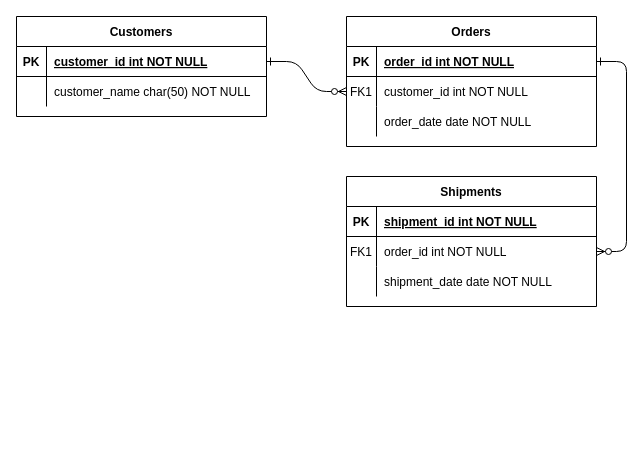
The draw.io diagram folder/devise_app.drawio in kutimiti1234/document, before the edit. Source tidied: cells renumbered, new cells numbered last; positions are measured from the earlier drawing's top-left corner, leaving out a move shared by most shapes. Both pictures are drawn from the tidied source at 100%, with x=0, y=0 at pixel (16, 16).
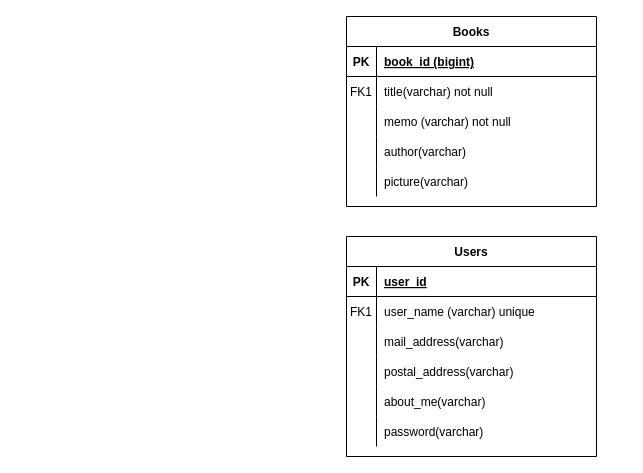
Above is the later version.

Commit message:
devise_app.drawio を更新します

The change refers to these unchanged cells:
```xml
<mxCell id="5" style="shape=partialRectangle;fillColor=none;points=[[0,0.5],[1,0.5]];portConstraint=eastwest;top=0;left=0;right=0;bottom=1;" parent="4" vertex="1">
  <mxGeometry y="30" width="250" height="30" as="geometry" />
</mxCell>
<mxCell id="8" style="shape=partialRectangle;fillColor=none;points=[[0,0.5],[1,0.5]];portConstraint=eastwest;top=0;left=0;right=0;bottom=0;" parent="4" vertex="1">
  <mxGeometry y="60" width="250" height="30" as="geometry" />
</mxCell>
<mxCell id="11" style="shape=partialRectangle;fillColor=none;top=0;left=0;right=0;bottom=0;" parent="4" vertex="1">
  <mxGeometry y="90" width="250" height="30" as="geometry" />
</mxCell>
<mxCell id="15" style="shape=partialRectangle;fillColor=none;top=0;left=0;right=0;bottom=1;" parent="14" vertex="1">
  <mxGeometry y="30" width="250" height="30" as="geometry" />
</mxCell>
<mxCell id="18" style="shape=partialRectangle;fillColor=none;points=[[0,0.5],[1,0.5]];portConstraint=eastwest;top=0;left=0;right=0;bottom=0;" parent="14" vertex="1">
  <mxGeometry y="60" width="250" height="30" as="geometry" />
</mxCell>
<mxCell id="21" style="shape=partialRectangle;fillColor=none;top=0;left=0;right=0;bottom=0;" parent="14" vertex="1">
  <mxGeometry y="90" width="250" height="30" as="geometry" />
</mxCell>
```

The edit, as a diff of the source:
```diff
@@
-    <mxCell id="2" style="edgeStyle=entityRelationEdgeStyle;endArrow=ERzeroToMany;startArrow=ERone;endFill=1;startFill=0;" parent="1" edge="1" source="25" target="8">
-      <mxGeometry relative="1" as="geometry" />
-    </mxCell>
-    <mxCell id="3" style="edgeStyle=entityRelationEdgeStyle;endArrow=ERzeroToMany;startArrow=ERone;endFill=1;startFill=0;" parent="1" edge="1" source="5" target="18">
-      <mxGeometry relative="1" as="geometry" />
-    </mxCell>
-    <mxCell id="4" value="Orders" style="shape=table;startSize=30;childLayout=tableLayout;rowLines=0;fontStyle=1;align=center;" parent="1" vertex="1">
-      <mxGeometry x="330" width="250" height="130" as="geometry" />
+    <mxCell id="4" value="Books" style="shape=table;startSize=30;childLayout=tableLayout;rowLines=0;fontStyle=1;align=center;" parent="1" vertex="1">
+      <mxGeometry x="330" width="250" height="190" as="geometry" />
     </mxCell>
@@
-    <mxCell id="7" value="order_id int NOT NULL " style="shape=partialRectangle;overflow=hidden;fillColor=none;top=0;left=0;bottom=0;right=0;align=left;spacingLeft=6;fontStyle=5;" parent="5" vertex="1">
+    <mxCell id="7" value="book_id (bigint)" style="shape=partialRectangle;overflow=hidden;fillColor=none;top=0;left=0;bottom=0;right=0;align=left;spacingLeft=6;fontStyle=5;" parent="5" vertex="1">
       <mxGeometry x="30" width="220" height="30" as="geometry" />
     </mxCell>
@@
-    <mxCell id="10" value="customer_id int NOT NULL" style="shape=partialRectangle;overflow=hidden;fillColor=none;top=0;left=0;bottom=0;right=0;align=left;spacingLeft=6;" parent="8" vertex="1">
+    <mxCell id="10" value="title(varchar) not null" style="shape=partialRectangle;overflow=hidden;fillColor=none;top=0;left=0;bottom=0;right=0;align=left;spacingLeft=6;" parent="8" vertex="1">
       <mxGeometry x="30" width="220" height="30" as="geometry" />
     </mxCell>
@@
-    <mxCell id="13" value="order_date date NOT NULL" style="shape=partialRectangle;overflow=hidden;fillColor=none;top=0;left=0;bottom=0;right=0;align=left;spacingLeft=6;" parent="11" vertex="1">
+    <mxCell id="13" value="memo (varchar) not null" style="shape=partialRectangle;overflow=hidden;fillColor=none;top=0;left=0;bottom=0;right=0;align=left;spacingLeft=6;" parent="11" vertex="1">
       <mxGeometry x="30" width="220" height="30" as="geometry" />
     </mxCell>
+    <mxCell id="31" style="shape=partialRectangle;fillColor=none;top=0;left=0;right=0;bottom=0;" parent="4" vertex="1">
+      <mxGeometry y="120" width="250" height="30" as="geometry" />
+    </mxCell>
+    <mxCell id="32" style="shape=partialRectangle;overflow=hidden;fillColor=none;top=0;left=0;bottom=0;right=0;" parent="31" vertex="1">
+      <mxGeometry width="30" height="30" as="geometry" />
+    </mxCell>
+    <mxCell id="33" value="author(varchar)" style="shape=partialRectangle;overflow=hidden;fillColor=none;top=0;left=0;bottom=0;right=0;align=left;spacingLeft=6;" parent="31" vertex="1">
+      <mxGeometry x="30" width="220" height="30" as="geometry" />
+    </mxCell>
+    <mxCell id="34" style="shape=partialRectangle;fillColor=none;top=0;left=0;right=0;bottom=0;" parent="4" vertex="1">
+      <mxGeometry y="150" width="250" height="30" as="geometry" />
+    </mxCell>
+    <mxCell id="35" style="shape=partialRectangle;overflow=hidden;fillColor=none;top=0;left=0;bottom=0;right=0;" parent="34" vertex="1">
+      <mxGeometry width="30" height="30" as="geometry" />
+    </mxCell>
+    <mxCell id="36" value="picture(varchar)" style="shape=partialRectangle;overflow=hidden;fillColor=none;top=0;left=0;bottom=0;right=0;align=left;spacingLeft=6;" parent="34" vertex="1">
+      <mxGeometry x="30" width="220" height="30" as="geometry" />
+    </mxCell>
-    <mxCell id="14" value="Shipments" style="shape=table;startSize=30;childLayout=tableLayout;rowLines=0;fontStyle=1;align=center;" parent="1" vertex="1">
-      <mxGeometry x="330" y="160" width="250" height="130" as="geometry" />
+    <mxCell id="14" value="Users" style="shape=table;startSize=30;childLayout=tableLayout;rowLines=0;fontStyle=1;align=center;" parent="1" vertex="1">
+      <mxGeometry x="330" y="220" width="250" height="220" as="geometry" />
     </mxCell>
@@
-    <mxCell id="17" value="shipment_id int NOT NULL " style="shape=partialRectangle;overflow=hidden;fillColor=none;top=0;left=0;bottom=0;right=0;align=left;spacingLeft=6;fontStyle=5;" parent="15" vertex="1">
+    <mxCell id="17" value="user_id" style="shape=partialRectangle;overflow=hidden;fillColor=none;top=0;left=0;bottom=0;right=0;align=left;spacingLeft=6;fontStyle=5;" parent="15" vertex="1">
       <mxGeometry x="30" width="220" height="30" as="geometry" />
     </mxCell>
@@
-    <mxCell id="20" value="order_id int NOT NULL" style="shape=partialRectangle;overflow=hidden;fillColor=none;top=0;left=0;bottom=0;right=0;align=left;spacingLeft=6;" parent="18" vertex="1">
+    <mxCell id="20" value="user_name (varchar) unique" style="shape=partialRectangle;overflow=hidden;fillColor=none;top=0;left=0;bottom=0;right=0;align=left;spacingLeft=6;" parent="18" vertex="1">
       <mxGeometry x="30" width="220" height="30" as="geometry" />
     </mxCell>
@@
-    <mxCell id="23" value="shipment_date date NOT NULL" style="shape=partialRectangle;overflow=hidden;fillColor=none;top=0;left=0;bottom=0;right=0;align=left;spacingLeft=6;" parent="21" vertex="1">
+    <mxCell id="23" value="mail_address(varchar)" style="shape=partialRectangle;overflow=hidden;fillColor=none;top=0;left=0;bottom=0;right=0;align=left;spacingLeft=6;" parent="21" vertex="1">
       <mxGeometry x="30" width="220" height="30" as="geometry" />
     </mxCell>
-    <mxCell id="24" value="Customers" style="shape=table;startSize=30;childLayout=tableLayout;rowLines=0;fontStyle=1;align=center;" parent="1" vertex="1">
-      <mxGeometry width="250" height="100" as="geometry" />
-    </mxCell>
-    <mxCell id="25" style="shape=partialRectangle;fillColor=none;points=[[0,0.5],[1,0.5]];portConstraint=eastwest;top=0;left=0;right=0;bottom=1;" parent="24" vertex="1">
-      <mxGeometry y="30" width="250" height="30" as="geometry" />
-    </mxCell>
-    <mxCell id="26" value="PK" style="shape=partialRectangle;overflow=hidden;fillColor=none;top=0;left=0;bottom=0;right=0;fontStyle=1;" parent="25" vertex="1">
-      <mxGeometry width="30" height="30" as="geometry" />
-    </mxCell>
-    <mxCell id="27" value="customer_id int NOT NULL " style="shape=partialRectangle;overflow=hidden;fillColor=none;top=0;left=0;bottom=0;right=0;align=left;spacingLeft=6;fontStyle=5;" parent="25" vertex="1">
-      <mxGeometry x="30" width="220" height="30" as="geometry" />
-    </mxCell>
-    <mxCell id="28" style="shape=partialRectangle;fillColor=none;top=0;left=0;right=0;bottom=0;" parent="24" vertex="1">
-      <mxGeometry y="60" width="250" height="30" as="geometry" />
-    </mxCell>
-    <mxCell id="29" style="shape=partialRectangle;overflow=hidden;fillColor=none;top=0;left=0;bottom=0;right=0;" parent="28" vertex="1">
-      <mxGeometry width="30" height="30" as="geometry" />
-    </mxCell>
-    <mxCell id="30" value="customer_name char(50) NOT NULL" style="shape=partialRectangle;overflow=hidden;fillColor=none;top=0;left=0;bottom=0;right=0;align=left;spacingLeft=6;" parent="28" vertex="1">
-      <mxGeometry x="30" width="220" height="30" as="geometry" />
-    </mxCell>
+    <mxCell id="37" style="shape=partialRectangle;fillColor=none;top=0;left=0;right=0;bottom=0;" parent="14" vertex="1">
+      <mxGeometry y="120" width="250" height="30" as="geometry" />
+    </mxCell>
+    <mxCell id="38" style="shape=partialRectangle;overflow=hidden;fillColor=none;top=0;left=0;bottom=0;right=0;" parent="37" vertex="1">
+      <mxGeometry width="30" height="30" as="geometry" />
+    </mxCell>
+    <mxCell id="39" value="postal_address(varchar)" style="shape=partialRectangle;overflow=hidden;fillColor=none;top=0;left=0;bottom=0;right=0;align=left;spacingLeft=6;" parent="37" vertex="1">
+      <mxGeometry x="30" width="220" height="30" as="geometry" />
+    </mxCell>
+    <mxCell id="40" style="shape=partialRectangle;fillColor=none;top=0;left=0;right=0;bottom=0;" parent="14" vertex="1">
+      <mxGeometry y="150" width="250" height="30" as="geometry" />
+    </mxCell>
+    <mxCell id="41" style="shape=partialRectangle;overflow=hidden;fillColor=none;top=0;left=0;bottom=0;right=0;" parent="40" vertex="1">
+      <mxGeometry width="30" height="30" as="geometry" />
+    </mxCell>
+    <mxCell id="42" value="about_me(varchar)" style="shape=partialRectangle;overflow=hidden;fillColor=none;top=0;left=0;bottom=0;right=0;align=left;spacingLeft=6;" parent="40" vertex="1">
+      <mxGeometry x="30" width="220" height="30" as="geometry" />
+    </mxCell>
+    <mxCell id="43" style="shape=partialRectangle;fillColor=none;top=0;left=0;right=0;bottom=0;" parent="14" vertex="1">
+      <mxGeometry y="180" width="250" height="30" as="geometry" />
+    </mxCell>
+    <mxCell id="44" value="    " style="shape=partialRectangle;overflow=hidden;fillColor=none;top=0;left=0;bottom=0;right=0;" parent="43" vertex="1">
+      <mxGeometry width="30" height="30" as="geometry" />
+    </mxCell>
+    <mxCell id="45" value="password(varchar)" style="shape=partialRectangle;overflow=hidden;fillColor=none;top=0;left=0;bottom=0;right=0;align=left;spacingLeft=6;" parent="43" vertex="1">
+      <mxGeometry x="30" width="220" height="30" as="geometry" />
+    </mxCell>
```
